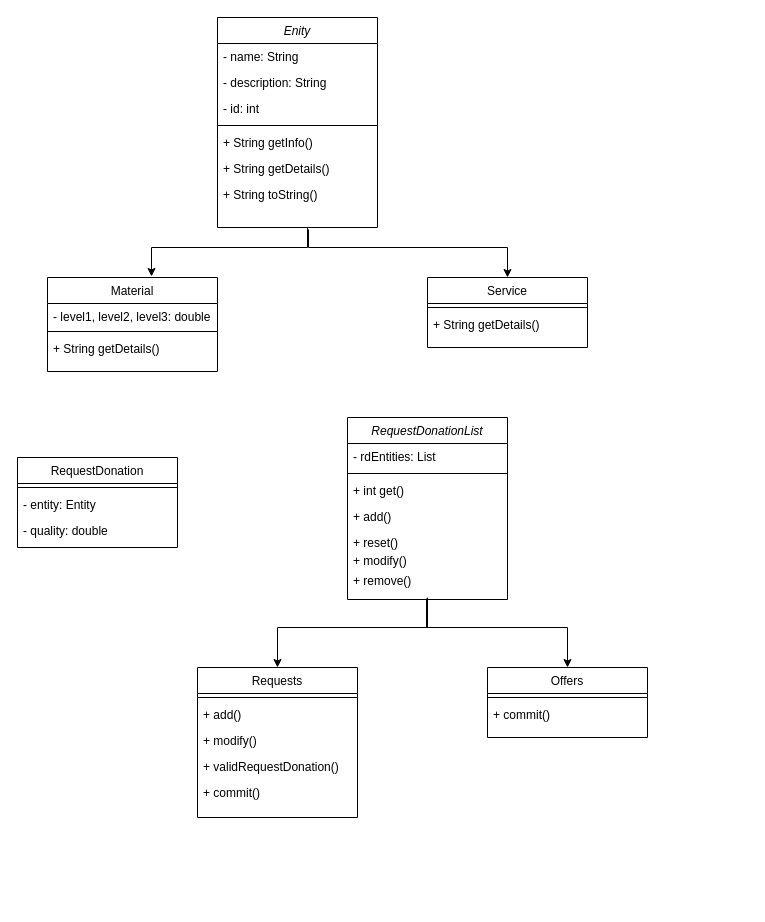
Before: uml.drawio in Vasilisalex2/CEID_java_project, a draw.io diagram. Source tidied: cells renumbered, new cells numbered last; positions are measured from the earlier drawing's top-left corner, leaving out a move shared by most shapes. Both pictures are drawn from the tidied source at 100%, with x=0, y=0 at pixel (17, 17).
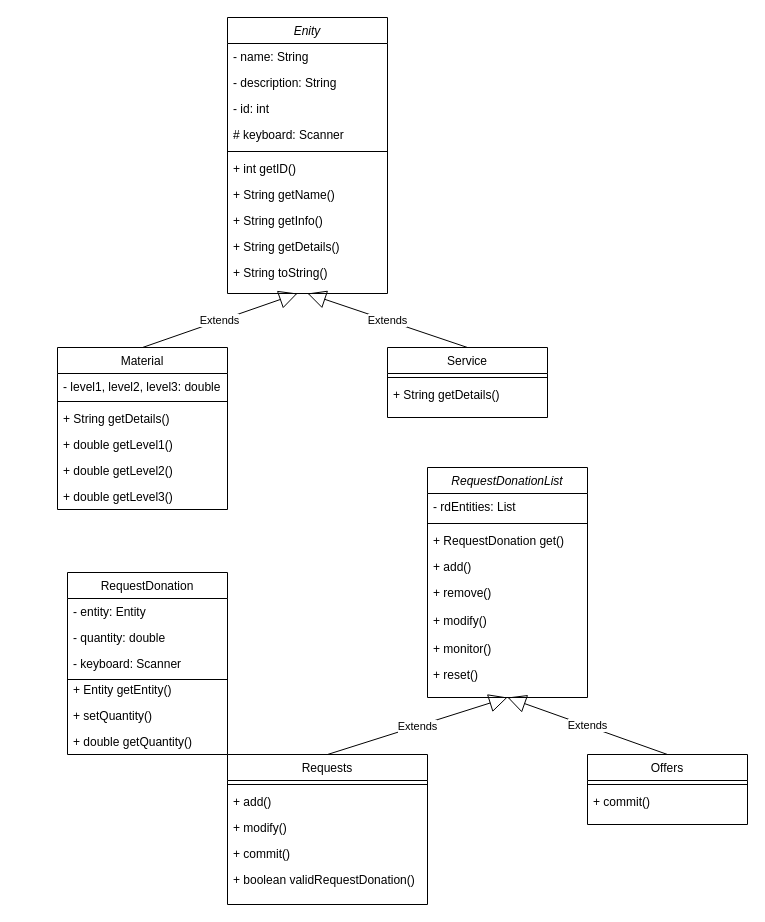
After the change.

Change to the diagram source:
```diff
@@
     <mxCell id="2" value="Enity" style="swimlane;fontStyle=2;align=center;verticalAlign=top;horizontal=1;startSize=26;rounded=0;shadow=0;strokeWidth=1;" parent="1" vertex="1">
-      <mxGeometry x="200" width="160" height="210" as="geometry" />
+      <mxGeometry x="210" width="160" height="276" as="geometry" />
     </mxCell>
@@
+    <mxCell id="43" value="# keyboard: Scanner" style="text;align=left;verticalAlign=top;spacingLeft=4;spacingRight=4;overflow=hidden;rounded=0;shadow=0;html=0;" parent="2" vertex="1">
+      <mxGeometry y="104" width="160" height="26" as="geometry" />
+    </mxCell>
     <mxCell id="6" style="line;html=1;strokeWidth=1;align=left;verticalAlign=middle;spacingTop=-1;spacingLeft=3;spacingRight=3;labelPosition=right;" parent="2" vertex="1">
-      <mxGeometry y="104" width="160" height="8" as="geometry" />
+      <mxGeometry y="130" width="160" height="8" as="geometry" />
     </mxCell>
+    <mxCell id="44" value="+ int getID()" style="text;align=left;verticalAlign=top;spacingLeft=4;spacingRight=4;overflow=hidden;rounded=0;shadow=0;html=0;" parent="2" vertex="1">
+      <mxGeometry y="138" width="160" height="26" as="geometry" />
+    </mxCell>
-    <mxCell id="7" value="+ String getInfo()" style="text;align=left;verticalAlign=top;spacingLeft=4;spacingRight=4;overflow=hidden;rounded=0;shadow=0;html=0;" parent="2" vertex="1">
-      <mxGeometry y="112" width="160" height="26" as="geometry" />
+    <mxCell id="7" value="+ String getName()" style="text;align=left;verticalAlign=top;spacingLeft=4;spacingRight=4;overflow=hidden;rounded=0;shadow=0;html=0;" parent="2" vertex="1">
+      <mxGeometry y="164" width="160" height="26" as="geometry" />
     </mxCell>
+    <mxCell id="45" value="+ String getInfo()" style="text;align=left;verticalAlign=top;spacingLeft=4;spacingRight=4;overflow=hidden;rounded=0;shadow=0;html=0;" parent="2" vertex="1">
+      <mxGeometry y="190" width="160" height="26" as="geometry" />
+    </mxCell>
     <mxCell id="8" value="+ String getDetails()" style="text;align=left;verticalAlign=top;spacingLeft=4;spacingRight=4;overflow=hidden;rounded=0;shadow=0;html=0;" parent="2" vertex="1">
-      <mxGeometry y="138" width="160" height="26" as="geometry" />
+      <mxGeometry y="216" width="160" height="26" as="geometry" />
     </mxCell>
     <mxCell id="9" value="+ String toString()" style="text;align=left;verticalAlign=top;spacingLeft=4;spacingRight=4;overflow=hidden;rounded=0;shadow=0;html=0;" parent="2" vertex="1">
-      <mxGeometry y="164" width="160" height="26" as="geometry" />
+      <mxGeometry y="242" width="160" height="26" as="geometry" />
     </mxCell>
-    <mxCell id="10" value="&lt;br&gt;" style="text;html=1;align=center;verticalAlign=middle;points=[];strokeColor=none;" parent="2" vertex="1">
-      <mxGeometry y="190" width="160" height="20" as="geometry" />
-    </mxCell>
     <mxCell id="11" value="Material" style="swimlane;fontStyle=0;align=center;verticalAlign=top;horizontal=1;startSize=26;rounded=0;shadow=0;strokeWidth=1;" parent="1" vertex="1">
-      <mxGeometry x="30" y="260" width="170" height="94" as="geometry" />
+      <mxGeometry x="40" y="330" width="170" height="162" as="geometry" />
     </mxCell>
@@
+    <mxCell id="46" value="+ double getLevel1()" style="text;align=left;verticalAlign=top;spacingLeft=4;spacingRight=4;overflow=hidden;rounded=0;shadow=0;html=0;" parent="11" vertex="1">
+      <mxGeometry y="84" width="170" height="26" as="geometry" />
+    </mxCell>
+    <mxCell id="47" value="+ double getLevel2()" style="text;align=left;verticalAlign=top;spacingLeft=4;spacingRight=4;overflow=hidden;rounded=0;shadow=0;html=0;" parent="11" vertex="1">
+      <mxGeometry y="110" width="170" height="26" as="geometry" />
+    </mxCell>
+    <mxCell id="48" value="+ double getLevel3()" style="text;align=left;verticalAlign=top;spacingLeft=4;spacingRight=4;overflow=hidden;rounded=0;shadow=0;html=0;" parent="11" vertex="1">
+      <mxGeometry y="136" width="170" height="26" as="geometry" />
+    </mxCell>
     <mxCell id="15" value="Service" style="swimlane;fontStyle=0;align=center;verticalAlign=top;horizontal=1;startSize=26;rounded=0;shadow=0;strokeWidth=1;" parent="1" vertex="1">
-      <mxGeometry x="410" y="260" width="160" height="70" as="geometry" />
+      <mxGeometry x="370" y="330" width="160" height="70" as="geometry" />
     </mxCell>
@@
     <mxCell id="18" value="RequestDonationList" style="swimlane;fontStyle=2;align=center;verticalAlign=top;horizontal=1;startSize=26;rounded=0;shadow=0;strokeWidth=1;" parent="1" vertex="1">
-      <mxGeometry x="330" y="400" width="160" height="182" as="geometry" />
+      <mxGeometry x="410" y="450" width="160" height="230" as="geometry" />
     </mxCell>
@@
-    <mxCell id="21" value="+ int get()" style="text;align=left;verticalAlign=top;spacingLeft=4;spacingRight=4;overflow=hidden;rounded=0;shadow=0;html=0;" parent="18" vertex="1">
+    <mxCell id="21" value="+ RequestDonation get()" style="text;align=left;verticalAlign=top;spacingLeft=4;spacingRight=4;overflow=hidden;rounded=0;shadow=0;html=0;" parent="18" vertex="1">
       <mxGeometry y="60" width="160" height="26" as="geometry" />
     </mxCell>
@@
+    <mxCell id="25" value="+ remove()" style="text;align=left;verticalAlign=top;spacingLeft=4;spacingRight=4;overflow=hidden;points=[[0,0.5],[1,0.5]];portConstraint=eastwest;rounded=0;shadow=0;html=0;" parent="18" vertex="1">
+      <mxGeometry y="112" width="160" height="28" as="geometry" />
+    </mxCell>
+    <mxCell id="24" value="+ modify()" style="text;align=left;verticalAlign=top;spacingLeft=4;spacingRight=4;overflow=hidden;rounded=0;shadow=0;html=0;" parent="18" vertex="1">
+      <mxGeometry y="140" width="160" height="28" as="geometry" />
+    </mxCell>
+    <mxCell id="49" value="+ monitor()" style="text;align=left;verticalAlign=top;spacingLeft=4;spacingRight=4;overflow=hidden;rounded=0;shadow=0;html=0;" parent="18" vertex="1">
+      <mxGeometry y="168" width="160" height="26" as="geometry" />
+    </mxCell>
     <mxCell id="23" value="+ reset()" style="text;align=left;verticalAlign=top;spacingLeft=4;spacingRight=4;overflow=hidden;rounded=0;shadow=0;html=0;" parent="18" vertex="1">
-      <mxGeometry y="112" width="160" height="18" as="geometry" />
+      <mxGeometry y="194" width="160" height="26" as="geometry" />
     </mxCell>
-    <mxCell id="24" value="+ modify()" style="text;align=left;verticalAlign=top;spacingLeft=4;spacingRight=4;overflow=hidden;rounded=0;shadow=0;html=0;" parent="18" vertex="1">
-      <mxGeometry y="130" width="160" height="20" as="geometry" />
-    </mxCell>
-    <mxCell id="25" value="+ remove()" style="text;align=left;verticalAlign=top;spacingLeft=4;spacingRight=4;overflow=hidden;points=[[0,0.5],[1,0.5]];portConstraint=eastwest;rounded=0;shadow=0;html=0;" parent="18" vertex="1">
-      <mxGeometry y="150" width="160" height="32" as="geometry" />
-    </mxCell>
     <mxCell id="26" value="RequestDonation" style="swimlane;fontStyle=0;align=center;verticalAlign=top;horizontal=1;startSize=26;rounded=0;shadow=0;strokeWidth=1;" parent="1" vertex="1">
-      <mxGeometry y="440" width="160" height="90" as="geometry" />
+      <mxGeometry x="50" y="555" width="160" height="182" as="geometry" />
     </mxCell>
-    <mxCell id="27" style="line;html=1;strokeWidth=1;align=left;verticalAlign=middle;spacingTop=-1;spacingLeft=3;spacingRight=3;labelPosition=right;" parent="26" vertex="1">
-      <mxGeometry y="26" width="160" height="8" as="geometry" />
-    </mxCell>
     <mxCell id="28" value="- entity: Entity" style="text;align=left;verticalAlign=top;spacingLeft=4;spacingRight=4;overflow=hidden;" parent="26" vertex="1">
-      <mxGeometry y="34" width="160" height="26" as="geometry" />
+      <mxGeometry y="26" width="160" height="26" as="geometry" />
     </mxCell>
-    <mxCell id="29" value="- quality: double" style="text;strokeColor=none;fillColor=none;align=left;verticalAlign=top;spacingLeft=4;spacingRight=4;overflow=hidden;" parent="26" vertex="1">
-      <mxGeometry y="60" width="160" height="26" as="geometry" />
+    <mxCell id="29" value="- quantity: double" style="text;strokeColor=none;fillColor=none;align=left;verticalAlign=top;spacingLeft=4;spacingRight=4;overflow=hidden;" parent="26" vertex="1">
+      <mxGeometry y="52" width="160" height="26" as="geometry" />
     </mxCell>
+    <mxCell id="50" value="- keyboard: Scanner " style="text;align=left;verticalAlign=top;spacingLeft=4;spacingRight=4;overflow=hidden;" parent="26" vertex="1">
+      <mxGeometry y="78" width="160" height="26" as="geometry" />
+    </mxCell>
+    <mxCell id="51" value="+ Entity getEntity()" style="text;align=left;verticalAlign=top;spacingLeft=4;spacingRight=4;overflow=hidden;rounded=0;shadow=0;html=0;" parent="26" vertex="1">
+      <mxGeometry y="104" width="160" height="26" as="geometry" />
+    </mxCell>
+    <mxCell id="52" value="+ setQuantity()" style="text;align=left;verticalAlign=top;spacingLeft=4;spacingRight=4;overflow=hidden;rounded=0;shadow=0;html=0;" parent="26" vertex="1">
+      <mxGeometry y="130" width="160" height="26" as="geometry" />
+    </mxCell>
+    <mxCell id="53" value="+ double getQuantity()" style="text;align=left;verticalAlign=top;spacingLeft=4;spacingRight=4;overflow=hidden;rounded=0;shadow=0;html=0;" parent="26" vertex="1">
+      <mxGeometry y="156" width="160" height="26" as="geometry" />
+    </mxCell>
     <mxCell id="30" value="Offers" style="swimlane;fontStyle=0;align=center;verticalAlign=top;horizontal=1;startSize=26;rounded=0;shadow=0;strokeWidth=1;" parent="1" vertex="1">
-      <mxGeometry x="470" y="650" width="160" height="70" as="geometry" />
+      <mxGeometry x="570" y="737" width="160" height="70" as="geometry" />
     </mxCell>
@@
     <mxCell id="33" value="Requests" style="swimlane;fontStyle=0;align=center;verticalAlign=top;horizontal=1;startSize=26;rounded=0;shadow=0;strokeWidth=1;" parent="1" vertex="1">
-      <mxGeometry x="180" y="650" width="160" height="150" as="geometry" />
+      <mxGeometry x="210" y="737" width="200" height="150" as="geometry" />
     </mxCell>
     <mxCell id="34" style="line;html=1;strokeWidth=1;align=left;verticalAlign=middle;spacingTop=-1;spacingLeft=3;spacingRight=3;labelPosition=right;" parent="33" vertex="1">
-      <mxGeometry y="26" width="160" height="8" as="geometry" />
+      <mxGeometry y="26" width="200" height="8" as="geometry" />
     </mxCell>
     <mxCell id="35" value="+ add()" style="text;align=left;verticalAlign=top;spacingLeft=4;spacingRight=4;overflow=hidden;" parent="33" vertex="1">
-      <mxGeometry y="34" width="160" height="26" as="geometry" />
+      <mxGeometry y="34" width="200" height="26" as="geometry" />
     </mxCell>
     <mxCell id="36" value="+ modify()" style="text;align=left;verticalAlign=top;spacingLeft=4;spacingRight=4;overflow=hidden;" parent="33" vertex="1">
-      <mxGeometry y="60" width="160" height="26" as="geometry" />
+      <mxGeometry y="60" width="200" height="26" as="geometry" />
     </mxCell>
+    <mxCell id="38" value="+ commit()" style="text;align=left;verticalAlign=top;spacingLeft=4;spacingRight=4;overflow=hidden;" parent="33" vertex="1">
+      <mxGeometry y="86" width="200" height="26" as="geometry" />
+    </mxCell>
-    <mxCell id="37" value="+ validRequestDonation()" style="text;align=left;verticalAlign=top;spacingLeft=4;spacingRight=4;overflow=hidden;" parent="33" vertex="1">
-      <mxGeometry y="86" width="160" height="26" as="geometry" />
+    <mxCell id="37" value="+ boolean validRequestDonation()" style="text;align=left;verticalAlign=top;spacingLeft=4;spacingRight=4;overflow=hidden;" parent="33" vertex="1">
+      <mxGeometry y="112" width="200" height="26" as="geometry" />
     </mxCell>
-    <mxCell id="38" value="+ commit()" style="text;align=left;verticalAlign=top;spacingLeft=4;spacingRight=4;overflow=hidden;" parent="33" vertex="1">
-      <mxGeometry y="112" width="160" height="26" as="geometry" />
-    </mxCell>
-    <mxCell id="39" style="edgeStyle=orthogonalEdgeStyle;rounded=0;jettySize=auto;html=1;entryX=0.612;entryY=-0.011;entryDx=0;entryDy=0;entryPerimeter=0;" parent="1" edge="1" source="10" target="11">
-      <mxGeometry relative="1" as="geometry">
-        <Array as="points">
-          <mxPoint x="290" y="230" />
-          <mxPoint x="134" y="230" />
-        </Array>
-      </mxGeometry>
-    </mxCell>
-    <mxCell id="40" style="edgeStyle=orthogonalEdgeStyle;rounded=0;jettySize=auto;html=1;exitX=0.569;exitY=1.1;exitDx=0;exitDy=0;entryX=0.5;entryY=0;entryDx=0;entryDy=0;exitPerimeter=0;" parent="1" edge="1" source="10" target="15">
-      <mxGeometry relative="1" as="geometry">
-        <Array as="points">
-          <mxPoint x="291" y="230" />
-          <mxPoint x="490" y="230" />
-        </Array>
-      </mxGeometry>
-    </mxCell>
-    <mxCell id="41" style="edgeStyle=orthogonalEdgeStyle;rounded=0;jettySize=auto;html=1;exitX=0.494;exitY=0.969;exitDx=0;exitDy=0;entryX=0.5;entryY=0;entryDx=0;entryDy=0;exitPerimeter=0;" parent="1" edge="1" source="25" target="30">
-      <mxGeometry relative="1" as="geometry">
-        <Array as="points">
-          <mxPoint x="409" y="610" />
-          <mxPoint x="550" y="610" />
-        </Array>
-      </mxGeometry>
-    </mxCell>
-    <mxCell id="42" style="edgeStyle=orthogonalEdgeStyle;rounded=0;jettySize=auto;html=1;exitX=0.5;exitY=0.938;exitDx=0;exitDy=0;entryX=0.5;entryY=0;entryDx=0;entryDy=0;exitPerimeter=0;" parent="1" edge="1" source="25" target="33">
-      <mxGeometry relative="1" as="geometry">
-        <Array as="points">
-          <mxPoint x="410" y="610" />
-          <mxPoint x="260" y="610" />
-        </Array>
-      </mxGeometry>
-    </mxCell>
+    <mxCell id="54" value="Extends" style="endArrow=block;endSize=16;endFill=0;html=1;exitX=0.5;exitY=0;exitDx=0;exitDy=0;" parent="1" edge="1" source="11">
+      <mxGeometry relative="1" as="geometry">
+        <mxPoint x="280" y="276" as="targetPoint" />
+      </mxGeometry>
+    </mxCell>
+    <mxCell id="55" value="Extends" style="endArrow=block;endSize=16;endFill=0;html=1;exitX=0.5;exitY=0;exitDx=0;exitDy=0;entryX=0.5;entryY=1;entryDx=0;entryDy=0;" parent="1" edge="1" source="33" target="18">
+      <mxGeometry relative="1" as="geometry" />
+    </mxCell>
+    <mxCell id="56" value="Extends" style="endArrow=block;endSize=16;endFill=0;html=1;exitX=0.5;exitY=0;exitDx=0;exitDy=0;" parent="1" edge="1" source="30">
+      <mxGeometry relative="1" as="geometry">
+        <mxPoint x="490" y="680" as="targetPoint" />
+      </mxGeometry>
+    </mxCell>
+    <mxCell id="57" value="Extends" style="endArrow=block;endSize=16;endFill=0;html=1;exitX=0.5;exitY=0;exitDx=0;exitDy=0;entryX=0.5;entryY=1;entryDx=0;entryDy=0;" parent="1" edge="1" source="15" target="2">
+      <mxGeometry relative="1" as="geometry" />
+    </mxCell>
+    <mxCell id="27" style="line;html=1;strokeWidth=1;align=left;verticalAlign=middle;spacingTop=-1;spacingLeft=3;spacingRight=3;labelPosition=right;" parent="1" vertex="1">
+      <mxGeometry x="50" y="644" width="160" height="36" as="geometry" />
+    </mxCell>
```
